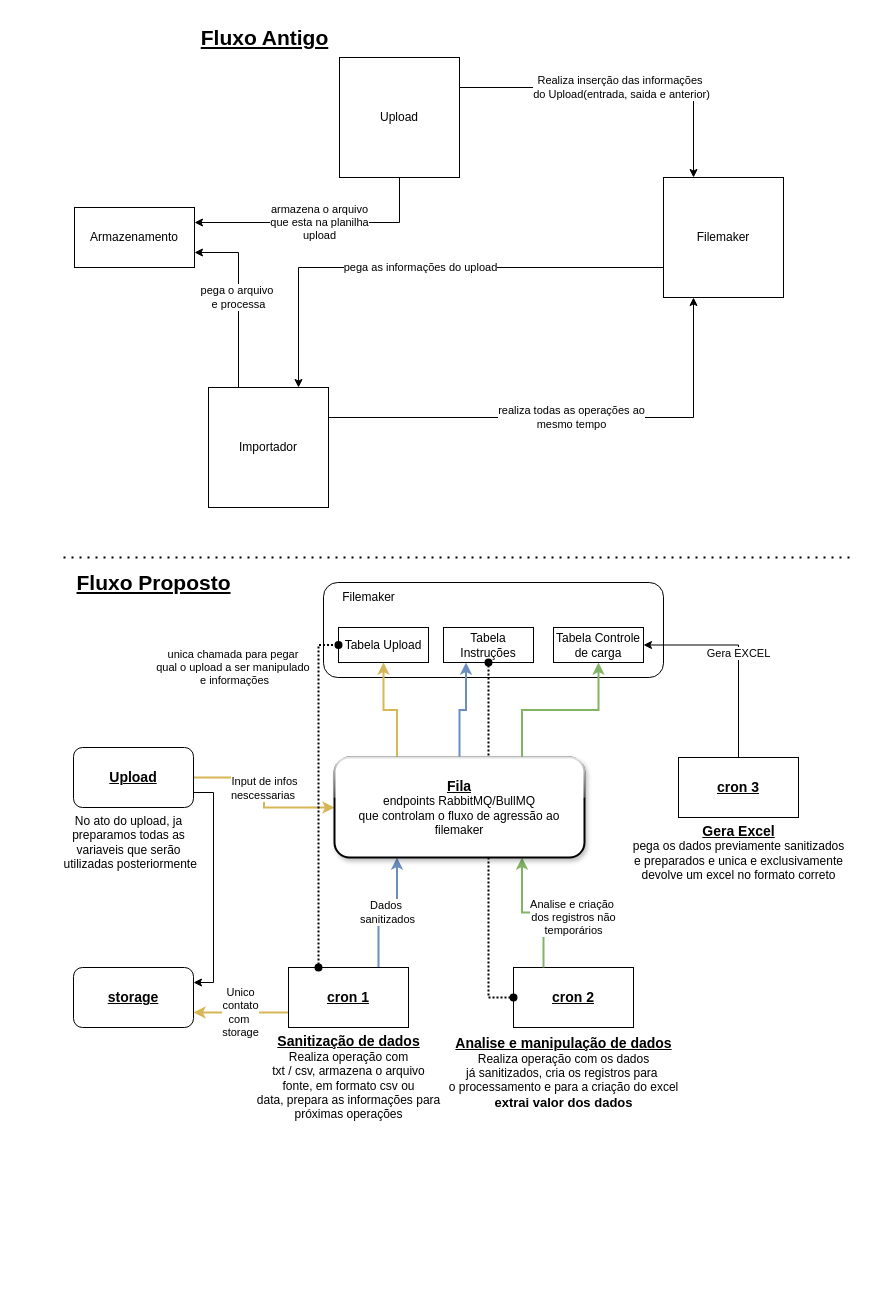
The draw.io diagram NovoFluxoImportador.drawio in ArturArtimonte/diagrans, before the edit. Source tidied: cells renumbered, new cells numbered last; positions are measured from the earlier drawing's top-left corner, leaving out a move shared by most shapes. Both pictures are drawn from the tidied source at 100%, with x=0, y=0 at pixel (48, 17).
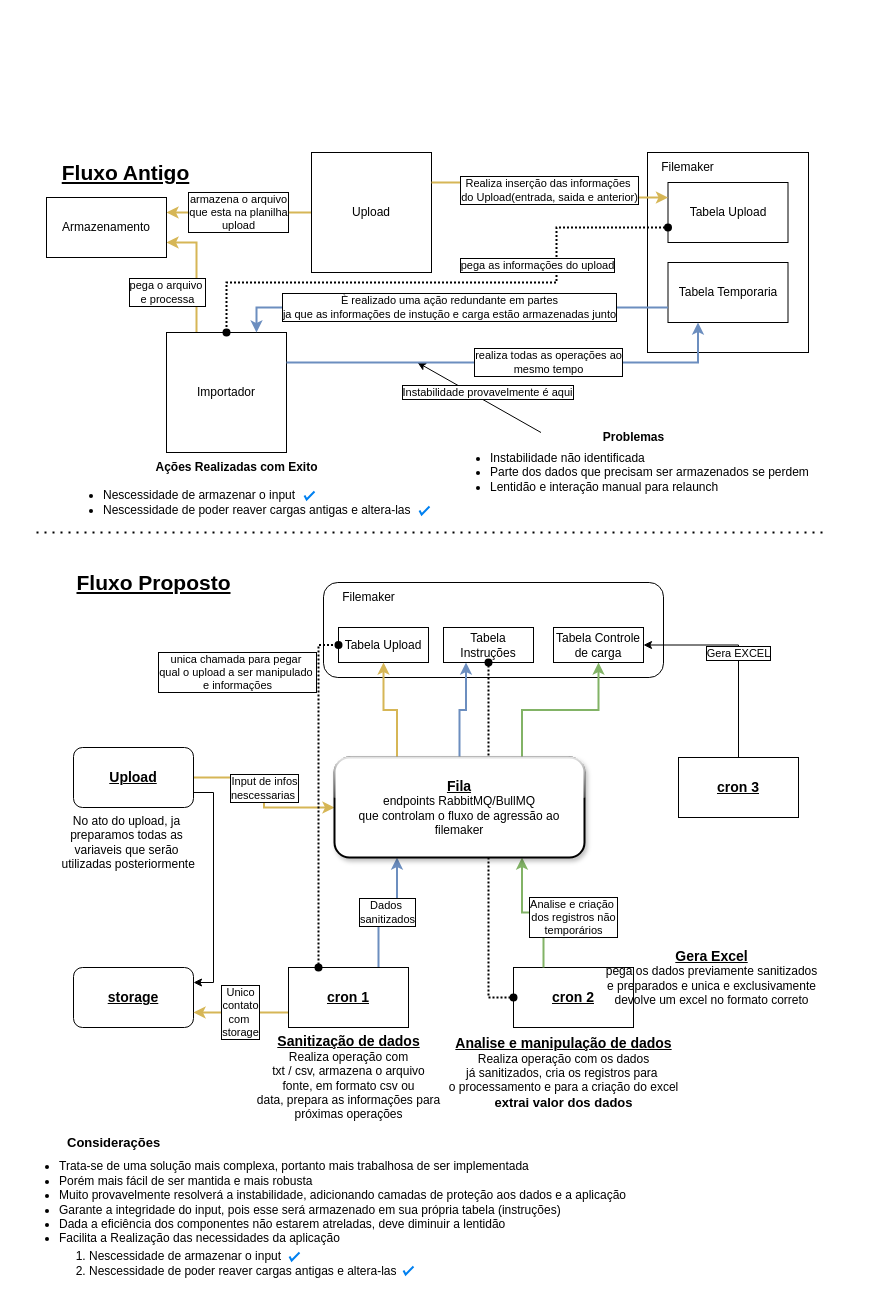
The same page after the edit.

Unchanged cells that the change refers to:
```xml
<mxCell id="16" value="&lt;b&gt;&lt;u&gt;&lt;font style=&quot;font-size: 14px;&quot;&gt;Upload&lt;/font&gt;&lt;/u&gt;&lt;/b&gt;" style="rounded=1;whiteSpace=wrap;html=1;" parent="1" vertex="1">
  <mxGeometry x="25" y="730" width="120" height="60" as="geometry" />
</mxCell>
<mxCell id="18" value="&lt;font style=&quot;font-size: 14px;&quot;&gt;&lt;b&gt;&lt;u&gt;storage&lt;/u&gt;&lt;/b&gt;&lt;/font&gt;" style="rounded=1;whiteSpace=wrap;html=1;" parent="1" vertex="1">
  <mxGeometry x="25" y="950" width="120" height="60" as="geometry" />
</mxCell>
<mxCell id="23" value="&lt;font style=&quot;font-size: 14px;&quot;&gt;&lt;b&gt;&lt;u&gt;cron 1&lt;/u&gt;&lt;/b&gt;&lt;/font&gt;" style="rounded=0;whiteSpace=wrap;html=1;" parent="1" vertex="1">
  <mxGeometry x="240" y="950" width="120" height="60" as="geometry" />
</mxCell>
<mxCell id="24" value="&lt;font style=&quot;font-size: 14px;&quot;&gt;&lt;b&gt;&lt;u&gt;cron 2&lt;/u&gt;&lt;/b&gt;&lt;/font&gt;" style="rounded=0;whiteSpace=wrap;html=1;" parent="1" vertex="1">
  <mxGeometry x="465" y="950" width="120" height="60" as="geometry" />
</mxCell>
<mxCell id="27" value="&lt;font style=&quot;font-size: 14px;&quot;&gt;&lt;b&gt;&lt;u&gt;cron 3&lt;/u&gt;&lt;/b&gt;&lt;/font&gt;" style="rounded=0;whiteSpace=wrap;html=1;" parent="1" vertex="1">
  <mxGeometry x="630" y="740" width="120" height="60" as="geometry" />
</mxCell>
<mxCell id="30" value="Tabela Upload" style="rounded=0;whiteSpace=wrap;html=1;" parent="1" vertex="1">
  <mxGeometry x="290" y="610" width="90" height="35" as="geometry" />
</mxCell>
<mxCell id="34" value="Tabela Controle de carga" style="rounded=0;whiteSpace=wrap;html=1;" parent="1" vertex="1">
  <mxGeometry x="505" y="610" width="90" height="35" as="geometry" />
</mxCell>
<mxCell id="38" value="&lt;b&gt;&lt;u&gt;&lt;font style=&quot;font-size: 14px;&quot;&gt;Fila&lt;/font&gt;&lt;/u&gt;&lt;/b&gt;&lt;br&gt;endpoints RabbitMQ/BullMQ&lt;br&gt;que controlam o fluxo de agressão ao filemaker" style="rounded=1;whiteSpace=wrap;html=1;perimeterSpacing=0;shadow=1;glass=1;strokeWidth=2;" parent="1" vertex="1">
  <mxGeometry x="286" y="740" width="250" height="100" as="geometry" />
</mxCell>
```

What changed in the source:
```diff
@@
-    <mxCell id="3" value="Realiza inserção das informações&amp;nbsp;&lt;br&gt;do Upload(entrada, saida e anterior)" style="edgeStyle=orthogonalEdgeStyle;rounded=0;jettySize=auto;html=1;exitX=1;exitY=0.25;exitDx=0;exitDy=0;entryX=0.25;entryY=0;entryDx=0;entryDy=0;" parent="1" edge="1" source="5" target="10">
-      <mxGeometry relative="1" as="geometry" />
-    </mxCell>
-    <mxCell id="4" value="armazena o arquivo&lt;br&gt;que esta na planilha&lt;br&gt;upload" style="edgeStyle=orthogonalEdgeStyle;rounded=0;jettySize=auto;html=1;exitX=0.5;exitY=1;exitDx=0;exitDy=0;entryX=1;entryY=0.25;entryDx=0;entryDy=0;" parent="1" edge="1" source="5" target="11">
-      <mxGeometry relative="1" as="geometry" />
+    <mxCell id="4" value="armazena o arquivo&lt;br&gt;que esta na planilha&lt;br&gt;upload" style="edgeStyle=orthogonalEdgeStyle;rounded=0;jettySize=auto;html=1;exitX=0;exitY=0.5;exitDx=0;exitDy=0;entryX=1;entryY=0.25;entryDx=0;entryDy=0;strokeWidth=2;labelBorderColor=default;fillColor=#fff2cc;strokeColor=#d6b656;" parent="1" edge="1" source="5" target="11">
+      <mxGeometry x="0.01" relative="1" as="geometry" />
     </mxCell>
     <mxCell id="5" value="Upload" style="rounded=0;whiteSpace=wrap;html=1;" parent="1" vertex="1">
-      <mxGeometry x="291" y="40" width="120" height="120" as="geometry" />
+      <mxGeometry x="263" y="135" width="120" height="120" as="geometry" />
     </mxCell>
-    <mxCell id="6" value="realiza todas as operações ao &lt;br&gt;mesmo tempo" style="edgeStyle=orthogonalEdgeStyle;rounded=0;jettySize=auto;html=1;exitX=1;exitY=0.25;exitDx=0;exitDy=0;entryX=0.25;entryY=1;entryDx=0;entryDy=0;" parent="1" edge="1" source="8" target="10">
-      <mxGeometry relative="1" as="geometry" />
-    </mxCell>
-    <mxCell id="7" value="pega o arquivo&amp;nbsp;&lt;br&gt;e processa" style="edgeStyle=orthogonalEdgeStyle;rounded=0;jettySize=auto;html=1;exitX=0.25;exitY=0;exitDx=0;exitDy=0;entryX=1;entryY=0.75;entryDx=0;entryDy=0;" parent="1" edge="1" source="8" target="11">
-      <mxGeometry relative="1" as="geometry" />
+    <mxCell id="7" value="pega o arquivo&amp;nbsp;&lt;br&gt;e processa" style="edgeStyle=orthogonalEdgeStyle;rounded=0;jettySize=auto;html=1;exitX=0.25;exitY=0;exitDx=0;exitDy=0;entryX=1;entryY=0.75;entryDx=0;entryDy=0;strokeWidth=2;labelBorderColor=default;fillColor=#fff2cc;strokeColor=#d6b656;" parent="1" edge="1" source="8" target="11">
+      <mxGeometry x="-0.33" y="29" relative="1" as="geometry" />
     </mxCell>
     <mxCell id="8" value="Importador" style="rounded=0;whiteSpace=wrap;html=1;" parent="1" vertex="1">
-      <mxGeometry x="160" y="370" width="120" height="120" as="geometry" />
+      <mxGeometry x="118" y="315" width="120" height="120" as="geometry" />
     </mxCell>
-    <mxCell id="9" value="pega as informações do upload" style="edgeStyle=orthogonalEdgeStyle;rounded=0;jettySize=auto;html=1;exitX=0;exitY=0.75;exitDx=0;exitDy=0;entryX=0.75;entryY=0;entryDx=0;entryDy=0;" parent="1" edge="1" source="10" target="8">
-      <mxGeometry relative="1" as="geometry" />
-    </mxCell>
-    <mxCell id="10" value="Filemaker" style="rounded=0;whiteSpace=wrap;html=1;" parent="1" vertex="1">
-      <mxGeometry x="615" y="160" width="120" height="120" as="geometry" />
+    <mxCell id="10" style="rounded=0;whiteSpace=wrap;html=1;" parent="1" vertex="1">
+      <mxGeometry x="599" y="135" width="161" height="200" as="geometry" />
     </mxCell>
     <mxCell id="11" value="Armazenamento" style="rounded=0;whiteSpace=wrap;html=1;" parent="1" vertex="1">
-      <mxGeometry x="26" y="190" width="120" height="60" as="geometry" />
+      <mxGeometry x="-2" y="180" width="120" height="60" as="geometry" />
     </mxCell>
     <mxCell id="12" value="Fluxo Antigo" style="text;html=1;align=center;verticalAlign=middle;strokeColor=none;fillColor=none;fontStyle=5;fontSize=21;" parent="1" vertex="1">
-      <mxGeometry x="141" width="150" height="40" as="geometry" />
+      <mxGeometry x="2" y="135" width="150" height="40" as="geometry" />
     </mxCell>
@@
-    <mxCell id="15" value="Input de infos&lt;br&gt;nescessarias&amp;nbsp;" style="edgeStyle=orthogonalEdgeStyle;rounded=0;jettySize=auto;html=1;exitX=1;exitY=0.5;exitDx=0;exitDy=0;entryX=0;entryY=0.5;entryDx=0;entryDy=0;fillColor=#fff2cc;strokeColor=#d6b656;strokeWidth=2;" parent="1" edge="1" source="16" target="38">
+    <mxCell id="15" value="Input de infos&lt;br&gt;nescessarias&amp;nbsp;" style="edgeStyle=orthogonalEdgeStyle;rounded=0;jettySize=auto;html=1;exitX=1;exitY=0.5;exitDx=0;exitDy=0;entryX=0;entryY=0.5;entryDx=0;entryDy=0;fillColor=#fff2cc;strokeColor=#d6b656;strokeWidth=2;labelBorderColor=default;" parent="1" edge="1" source="16" target="38">
       <mxGeometry x="-0.06" relative="1" as="geometry">
         <mxPoint y="1" as="offset" />
       </mxGeometry>
     </mxCell>
@@
     <mxCell id="17" value="No ato do upload,&amp;nbsp;ja &lt;br&gt;preparamos todas as &lt;br&gt;variaveis que serão&lt;br&gt;&amp;nbsp;utilizadas posteriormente" style="text;html=1;align=center;verticalAlign=middle;strokeColor=none;fillColor=none;" parent="1" vertex="1">
-      <mxGeometry y="790" width="160" height="70" as="geometry" />
+      <mxGeometry x="-2" y="790" width="160" height="70" as="geometry" />
     </mxCell>
@@
-    <mxCell id="21" value="Unico&lt;br&gt;contato&lt;br&gt;com&amp;nbsp;&lt;br&gt;storage" style="edgeStyle=orthogonalEdgeStyle;rounded=0;jettySize=auto;html=1;exitX=0;exitY=0.75;exitDx=0;exitDy=0;entryX=1;entryY=0.75;entryDx=0;entryDy=0;fillColor=#fff2cc;strokeColor=#d6b656;strokeWidth=2;" parent="1" edge="1" source="23" target="18">
+    <mxCell id="21" value="Unico&lt;br&gt;contato&lt;br&gt;com&amp;nbsp;&lt;br&gt;storage" style="edgeStyle=orthogonalEdgeStyle;rounded=0;jettySize=auto;html=1;exitX=0;exitY=0.75;exitDx=0;exitDy=0;entryX=1;entryY=0.75;entryDx=0;entryDy=0;fillColor=#fff2cc;strokeColor=#d6b656;strokeWidth=2;labelBorderColor=default;" parent="1" edge="1" source="23" target="18">
       <mxGeometry relative="1" as="geometry" />
     </mxCell>
-    <mxCell id="22" value="Dados&amp;nbsp;&lt;br&gt;sanitizados" style="edgeStyle=orthogonalEdgeStyle;rounded=0;jettySize=auto;html=1;exitX=0.75;exitY=0;exitDx=0;exitDy=0;entryX=0.25;entryY=1;entryDx=0;entryDy=0;fillColor=#dae8fc;strokeColor=#6c8ebf;strokeWidth=2;" parent="1" edge="1" source="23" target="38">
+    <mxCell id="22" value="Dados&amp;nbsp;&lt;br&gt;sanitizados" style="edgeStyle=orthogonalEdgeStyle;rounded=0;jettySize=auto;html=1;exitX=0.75;exitY=0;exitDx=0;exitDy=0;entryX=0.25;entryY=1;entryDx=0;entryDy=0;fillColor=#dae8fc;strokeColor=#6c8ebf;strokeWidth=2;labelBorderColor=default;" parent="1" edge="1" source="23" target="38">
       <mxGeometry relative="1" as="geometry" />
     </mxCell>
@@
-    <mxCell id="26" value="Gera EXCEL" style="edgeStyle=orthogonalEdgeStyle;rounded=0;jettySize=auto;html=1;exitX=0.5;exitY=0;exitDx=0;exitDy=0;entryX=1;entryY=0.5;entryDx=0;entryDy=0;" parent="1" edge="1" source="27" target="34">
+    <mxCell id="26" value="Gera EXCEL" style="edgeStyle=orthogonalEdgeStyle;rounded=0;jettySize=auto;html=1;exitX=0.5;exitY=0;exitDx=0;exitDy=0;entryX=1;entryY=0.5;entryDx=0;entryDy=0;labelBorderColor=default;" parent="1" edge="1" source="27" target="34">
       <mxGeometry relative="1" as="geometry" />
     </mxCell>
@@
     <mxCell id="29" value="&lt;b&gt;&lt;u&gt;&lt;font style=&quot;font-size: 14px;&quot;&gt;Gera Excel&lt;/font&gt;&lt;/u&gt;&lt;/b&gt;&lt;br&gt;pega os dados previamente sanitizados&lt;br&gt;e preparados e unica e exclusivamente&lt;br&gt;devolve um excel no formato correto" style="text;html=1;align=center;verticalAlign=middle;strokeColor=none;fillColor=none;" parent="1" vertex="1">
-      <mxGeometry x="575" y="800" width="230" height="70" as="geometry" />
+      <mxGeometry x="548" y="925" width="230" height="70" as="geometry" />
     </mxCell>
@@
-    <mxCell id="31" value="unica chamada para pegar&amp;nbsp;&lt;br&gt;qual o upload a ser manipulado&amp;nbsp;&lt;br&gt;e informações" style="edgeStyle=orthogonalEdgeStyle;rounded=0;jettySize=auto;html=1;exitX=0.25;exitY=0;exitDx=0;exitDy=0;startArrow=oval;startFill=1;endArrow=oval;endFill=1;entryX=0;entryY=0.5;entryDx=0;entryDy=0;fillColor=none;strokeWidth=2;dashed=1;dashPattern=1 1;" parent="1" edge="1" source="23" target="30">
-      <mxGeometry x="0.75" y="84" relative="1" as="geometry" />
+    <mxCell id="31" value="unica chamada para pegar&amp;nbsp;&lt;br&gt;qual o upload a ser manipulado&amp;nbsp;&lt;br&gt;e informações" style="edgeStyle=orthogonalEdgeStyle;rounded=0;jettySize=auto;html=1;exitX=0.25;exitY=0;exitDx=0;exitDy=0;startArrow=oval;startFill=1;endArrow=oval;endFill=1;entryX=0;entryY=0.5;entryDx=0;entryDy=0;fillColor=none;strokeWidth=2;dashed=1;dashPattern=1 1;labelBorderColor=default;" parent="1" edge="1" source="23" target="30">
+      <mxGeometry x="0.72" y="81" relative="1" as="geometry" />
     </mxCell>
@@
-    <mxCell id="36" value="Analise e criação&amp;nbsp;&lt;br&gt;dos registros não&lt;br&gt;temporários" style="edgeStyle=orthogonalEdgeStyle;rounded=0;jettySize=auto;html=1;exitX=0.25;exitY=0;exitDx=0;exitDy=0;entryX=0.75;entryY=1;entryDx=0;entryDy=0;fillColor=#d5e8d4;strokeColor=#82b366;strokeWidth=2;" parent="1" edge="1" source="24" target="38">
+    <mxCell id="36" value="Analise e criação&amp;nbsp;&lt;br&gt;dos registros não&lt;br&gt;temporários" style="edgeStyle=orthogonalEdgeStyle;rounded=0;jettySize=auto;html=1;exitX=0.25;exitY=0;exitDx=0;exitDy=0;entryX=0.75;entryY=1;entryDx=0;entryDy=0;fillColor=#d5e8d4;strokeColor=#82b366;strokeWidth=2;labelBorderColor=default;" parent="1" edge="1" source="24" target="38">
       <mxGeometry x="-0.24" y="-30" relative="1" as="geometry" />
     </mxCell>
@@
     <mxCell id="39" style="endArrow=none;dashed=1;html=1;dashPattern=1 3;strokeWidth=2;rounded=0;" parent="1" edge="1">
       <mxGeometry relative="1" as="geometry">
-        <mxPoint x="15" y="540" as="sourcePoint" />
-        <mxPoint x="805" y="540" as="targetPoint" />
+        <mxPoint x="-12" y="515" as="sourcePoint" />
+        <mxPoint x="778" y="515" as="targetPoint" />
         <Array as="points">
-          <mxPoint x="415" y="540" />
+          <mxPoint x="388" y="515" />
         </Array>
       </mxGeometry>
     </mxCell>
+    <mxCell id="40" value="&lt;ul&gt;&lt;li&gt;Nescessidade de armazenar o input&lt;/li&gt;&lt;li&gt;Nescessidade de poder reaver cargas antigas e altera-las&lt;/li&gt;&lt;/ul&gt;" style="text;strokeColor=none;fillColor=none;html=1;whiteSpace=wrap;verticalAlign=middle;overflow=hidden;" parent="1" vertex="1">
+      <mxGeometry x="13" y="445" width="370" height="80" as="geometry" />
+    </mxCell>
+    <mxCell id="41" value="&lt;b&gt;Ações Realizadas com Exito&lt;/b&gt;" style="text;html=1;align=center;verticalAlign=middle;strokeColor=none;fillColor=none;" parent="1" vertex="1">
+      <mxGeometry x="93" y="435" width="190" height="30" as="geometry" />
+    </mxCell>
+    <mxCell id="42" value="Problemas" style="text;html=1;align=center;verticalAlign=middle;strokeColor=none;fillColor=none;fontStyle=1;" parent="1" vertex="1">
+      <mxGeometry x="545" y="405" width="80" height="30" as="geometry" />
+    </mxCell>
+    <mxCell id="43" value="&lt;ul&gt;&lt;li&gt;Instabilidade não identificada&lt;/li&gt;&lt;li&gt;Parte dos dados que precisam ser armazenados se perdem&lt;/li&gt;&lt;li&gt;Lentidão e interação manual para relaunch&lt;/li&gt;&lt;/ul&gt;" style="text;strokeColor=none;fillColor=none;html=1;whiteSpace=wrap;verticalAlign=middle;overflow=hidden;" parent="1" vertex="1">
+      <mxGeometry x="400" y="415" width="370" height="80" as="geometry" />
+    </mxCell>
+    <mxCell id="44" value="Instabilidade provavelmente é aqui" style="endArrow=classic;html=1;rounded=0;exitX=0.25;exitY=0;exitDx=0;exitDy=0;labelBorderColor=default;" parent="1" edge="1" source="43">
+      <mxGeometry x="-0.07" y="-8" relative="1" as="geometry">
+        <mxPoint x="369" y="345" as="targetPoint" />
+      </mxGeometry>
+    </mxCell>
+    <mxCell id="45" value="Filemaker" style="text;html=1;align=center;verticalAlign=middle;strokeColor=none;fillColor=none;" parent="1" vertex="1">
+      <mxGeometry x="599" y="135" width="80" height="30" as="geometry" />
+    </mxCell>
+    <mxCell id="46" value="Tabela Upload" style="rounded=0;whiteSpace=wrap;html=1;" parent="1" vertex="1">
+      <mxGeometry x="619.5" y="165" width="120" height="60" as="geometry" />
+    </mxCell>
+    <mxCell id="47" value="Tabela Temporaria" style="rounded=0;whiteSpace=wrap;html=1;" parent="1" vertex="1">
+      <mxGeometry x="619.5" y="245" width="120" height="60" as="geometry" />
+    </mxCell>
+    <mxCell id="6" value="realiza todas as operações ao &lt;br&gt;mesmo tempo" style="edgeStyle=orthogonalEdgeStyle;rounded=0;jettySize=auto;html=1;exitX=1;exitY=0.25;exitDx=0;exitDy=0;entryX=0.25;entryY=1;entryDx=0;entryDy=0;strokeWidth=2;fillColor=#dae8fc;strokeColor=#6c8ebf;labelBorderColor=default;" parent="1" edge="1" source="8" target="47">
+      <mxGeometry x="0.16" relative="1" as="geometry" />
+    </mxCell>
+    <mxCell id="9" value="pega as informações do upload" style="edgeStyle=orthogonalEdgeStyle;rounded=0;jettySize=auto;html=1;exitX=0;exitY=0.75;exitDx=0;exitDy=0;entryX=0.5;entryY=0;entryDx=0;entryDy=0;endArrow=oval;endFill=1;startArrow=oval;startFill=1;dashed=1;dashPattern=1 1;strokeWidth=2;labelBorderColor=default;" parent="1" edge="1" source="46" target="8">
+      <mxGeometry x="-0.46" y="-19" relative="1" as="geometry">
+        <Array as="points">
+          <mxPoint x="508" y="210" />
+          <mxPoint x="508" y="265" />
+          <mxPoint x="178" y="265" />
+        </Array>
+        <mxPoint y="1" as="offset" />
+      </mxGeometry>
+    </mxCell>
+    <mxCell id="48" value="È realizado uma ação redundante em partes&lt;br&gt;ja que as informações de instução e carga estão armazenadas junto" style="edgeStyle=orthogonalEdgeStyle;rounded=0;jettySize=auto;html=1;exitX=0.75;exitY=0;exitDx=0;exitDy=0;entryX=0;entryY=0.75;entryDx=0;entryDy=0;startArrow=classic;startFill=1;endArrow=none;endFill=0;strokeWidth=2;fillColor=#dae8fc;strokeColor=#6c8ebf;labelBorderColor=default;" parent="1" edge="1" source="8" target="47">
+      <mxGeometry relative="1" as="geometry" />
+    </mxCell>
+    <mxCell id="3" value="Realiza inserção das informações&amp;nbsp;&lt;br&gt;do Upload(entrada, saida e anterior)" style="edgeStyle=orthogonalEdgeStyle;rounded=0;jettySize=auto;html=1;exitX=1;exitY=0.25;exitDx=0;exitDy=0;entryX=0;entryY=0.25;entryDx=0;entryDy=0;strokeWidth=2;labelBorderColor=default;fillColor=#fff2cc;strokeColor=#d6b656;" parent="1" edge="1" source="5" target="46">
+      <mxGeometry relative="1" as="geometry" />
+    </mxCell>
+    <mxCell id="49" value="&lt;b&gt;&lt;font style=&quot;font-size: 13px;&quot;&gt;Considerações&lt;/font&gt;&lt;/b&gt;" style="text;strokeColor=none;fillColor=none;align=left;verticalAlign=middle;spacingLeft=4;spacingRight=4;overflow=hidden;whiteSpace=wrap;html=1;" parent="1" vertex="1">
+      <mxGeometry x="13" y="1110" width="110" height="30" as="geometry" />
+    </mxCell>
+    <mxCell id="50" value="&lt;ul&gt;&lt;li&gt;Trata-se de uma solução mais complexa, portanto mais trabalhosa de ser implementada&lt;/li&gt;&lt;li&gt;Porém mais fácil de ser mantida e mais robusta&lt;/li&gt;&lt;li&gt;Muito provavelmente resolverá a instabilidade, adicionando camadas de proteção aos dados e a aplicação&lt;/li&gt;&lt;li&gt;Garante a integridade do input, pois esse será armazenado em sua própria tabela (instruções)&lt;/li&gt;&lt;li&gt;Dada a eficiência dos componentes não estarem atreladas, deve diminuir a lentidão&lt;/li&gt;&lt;li&gt;Facilita a Realização das necessidades da aplicação&lt;/li&gt;&lt;/ul&gt;" style="text;strokeColor=none;fillColor=none;html=1;whiteSpace=wrap;verticalAlign=middle;overflow=hidden;" parent="1" vertex="1">
+      <mxGeometry x="-31" y="1125" width="640" height="120" as="geometry" />
+    </mxCell>
+    <mxCell id="51" value="&lt;ol&gt;&lt;li style=&quot;border-color: var(--border-color);&quot;&gt;Nescessidade de armazenar o input&lt;/li&gt;&lt;li style=&quot;border-color: var(--border-color);&quot;&gt;Nescessidade de poder reaver cargas antigas e altera-las&lt;/li&gt;&lt;/ol&gt;" style="text;strokeColor=none;fillColor=none;html=1;whiteSpace=wrap;verticalAlign=middle;overflow=hidden;" parent="1" vertex="1">
+      <mxGeometry x="-1" y="1215" width="381" height="61" as="geometry" />
+    </mxCell>
+    <mxCell id="52" style="html=1;verticalLabelPosition=bottom;labelBackgroundColor=#ffffff;verticalAlign=top;shadow=0;dashed=0;strokeWidth=2;shape=mxgraph.ios7.misc.check;strokeColor=#0080f0;" parent="1" vertex="1">
+      <mxGeometry x="241" y="1235" width="10" height="8" as="geometry" />
+    </mxCell>
+    <mxCell id="53" style="html=1;verticalLabelPosition=bottom;labelBackgroundColor=#ffffff;verticalAlign=top;shadow=0;dashed=0;strokeWidth=2;shape=mxgraph.ios7.misc.check;strokeColor=#0080f0;" parent="1" vertex="1">
+      <mxGeometry x="355" y="1249" width="10" height="8" as="geometry" />
+    </mxCell>
+    <mxCell id="54" style="html=1;verticalLabelPosition=bottom;labelBackgroundColor=#ffffff;verticalAlign=top;shadow=0;dashed=0;strokeWidth=2;shape=mxgraph.ios7.misc.check;strokeColor=#0080f0;" parent="1" vertex="1">
+      <mxGeometry x="256" y="474" width="10" height="8" as="geometry" />
+    </mxCell>
+    <mxCell id="55" style="html=1;verticalLabelPosition=bottom;labelBackgroundColor=#ffffff;verticalAlign=top;shadow=0;dashed=0;strokeWidth=2;shape=mxgraph.ios7.misc.check;strokeColor=#0080f0;" parent="1" vertex="1">
+      <mxGeometry x="371" y="489" width="10" height="8" as="geometry" />
+    </mxCell>
```
